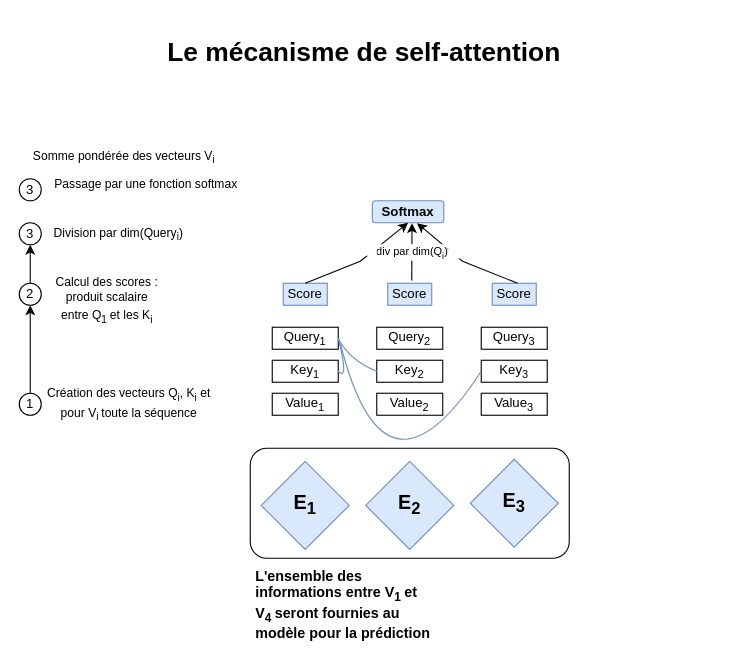
Earlier version of the draw.io diagram Attention_mechanism.drawio (Basso42/BEHRT). Source tidied: cells renumbered, new cells numbered last; positions are measured from the earlier drawing's top-left corner, leaving out a move shared by most shapes. Both pictures are drawn from the tidied source at 110%, with x=0, y=0 at pixel (19, 30).
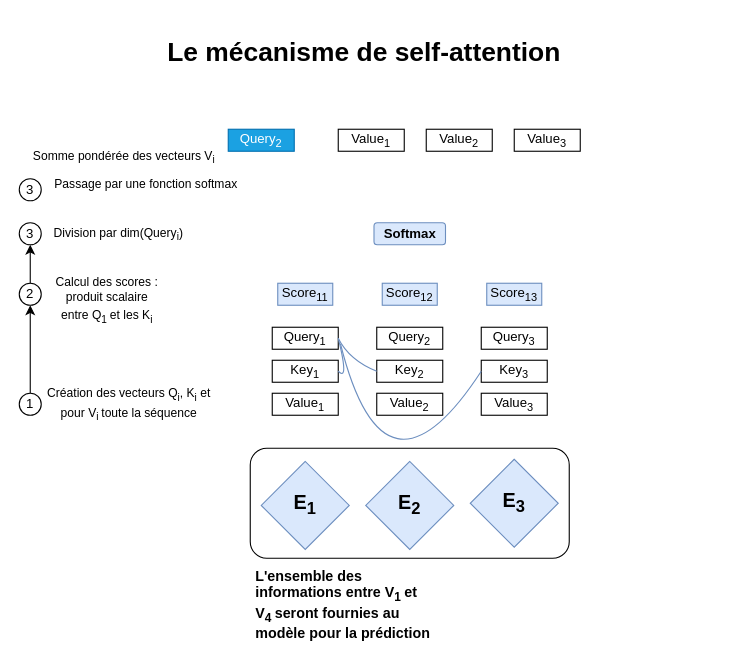
The same page after the edit.

Commit message:
Mettre à jour Attention_mechanism.drawio

Diff of the diagram source:
```diff
@@
-    <mxCell id="20" value="Score" style="rounded=0;whiteSpace=wrap;html=1;fillColor=#dae8fc;strokeColor=#6c8ebf;" parent="1" vertex="1">
-      <mxGeometry x="240" y="230" width="40" height="20" as="geometry" />
+    <mxCell id="20" value="Score&lt;sub&gt;11&lt;/sub&gt;" style="rounded=0;whiteSpace=wrap;html=1;fillColor=#dae8fc;strokeColor=#6c8ebf;" parent="1" vertex="1">
+      <mxGeometry x="235" y="230" width="50" height="20" as="geometry" />
     </mxCell>
-    <mxCell id="21" value="Score" style="rounded=0;whiteSpace=wrap;html=1;fillColor=#dae8fc;strokeColor=#6c8ebf;" parent="1" vertex="1">
-      <mxGeometry x="335" y="230" width="40" height="20" as="geometry" />
-    </mxCell>
-    <mxCell id="22" value="Score" style="rounded=0;whiteSpace=wrap;html=1;fillColor=#dae8fc;strokeColor=#6c8ebf;" parent="1" vertex="1">
-      <mxGeometry x="430" y="230" width="40" height="20" as="geometry" />
-    </mxCell>
@@
     <mxCell id="35" value="&lt;b&gt;Softmax&lt;/b&gt;" style="rounded=1;whiteSpace=wrap;html=1;fillColor=#dae8fc;strokeColor=#6c8ebf;" parent="1" vertex="1">
-      <mxGeometry x="321" y="155" width="65" height="20" as="geometry" />
+      <mxGeometry x="322.5" y="175" width="65" height="20" as="geometry" />
     </mxCell>
-    <mxCell id="36" style="endArrow=classic;html=1;rounded=0;entryX=0.5;entryY=1;entryDx=0;entryDy=0;exitX=0.5;exitY=0;exitDx=0;exitDy=0;" parent="1" edge="1" source="20" target="35">
-      <mxGeometry relative="1" as="geometry">
-        <Array as="points">
-          <mxPoint x="310" y="210" />
-        </Array>
-      </mxGeometry>
-    </mxCell>
-    <mxCell id="37" style="endArrow=classic;html=1;rounded=0;exitX=0.5;exitY=0;exitDx=0;exitDy=0;entryX=0.625;entryY=1.018;entryDx=0;entryDy=0;entryPerimeter=0;" parent="1" edge="1" target="35">
-      <mxGeometry relative="1" as="geometry">
-        <mxPoint x="453" y="230" as="sourcePoint" />
-        <Array as="points">
-          <mxPoint x="403" y="210" />
-        </Array>
-      </mxGeometry>
-    </mxCell>
-    <mxCell id="38" style="endArrow=classic;html=1;rounded=0;exitX=0.545;exitY=-0.126;exitDx=0;exitDy=0;exitPerimeter=0;entryX=0.555;entryY=1.018;entryDx=0;entryDy=0;entryPerimeter=0;" parent="1" edge="1" source="21" target="35">
-      <mxGeometry relative="1" as="geometry" />
-    </mxCell>
-    <mxCell id="39" value="&lt;font style=&quot;font-size: 10px;&quot;&gt;div par dim(Q&lt;sub&gt;i&lt;/sub&gt;)&lt;/font&gt;" style="edgeLabel;html=1;align=center;verticalAlign=middle;" parent="38" vertex="1">
-      <mxGeometry relative="1" as="geometry" />
-    </mxCell>
-    <mxCell id="40" style="rounded=0;whiteSpace=wrap;html=1;strokeColor=none;" parent="1" vertex="1">
-      <mxGeometry x="310" y="195" width="15" height="10" as="geometry" />
-    </mxCell>
-    <mxCell id="41" style="rounded=0;whiteSpace=wrap;html=1;strokeColor=none;direction=south;" parent="1" vertex="1">
-      <mxGeometry x="390" y="192.5" width="15" height="15" as="geometry" />
-    </mxCell>
+    <mxCell id="42" value="Score&lt;sub&gt;12&lt;/sub&gt;" style="rounded=0;whiteSpace=wrap;html=1;fillColor=#dae8fc;strokeColor=#6c8ebf;" parent="1" vertex="1">
+      <mxGeometry x="330" y="230" width="50" height="20" as="geometry" />
+    </mxCell>
+    <mxCell id="43" value="Score&lt;sub&gt;13&lt;/sub&gt;" style="rounded=0;whiteSpace=wrap;html=1;fillColor=#dae8fc;strokeColor=#6c8ebf;" parent="1" vertex="1">
+      <mxGeometry x="425" y="230" width="50" height="20" as="geometry" />
+    </mxCell>
+    <mxCell id="44" value="Value&lt;sub&gt;1&lt;/sub&gt;" style="rounded=0;whiteSpace=wrap;html=1;" parent="1" vertex="1">
+      <mxGeometry x="290" y="90" width="60" height="20" as="geometry" />
+    </mxCell>
+    <mxCell id="45" value="Value&lt;sub&gt;3&lt;/sub&gt;" style="rounded=0;whiteSpace=wrap;html=1;" parent="1" vertex="1">
+      <mxGeometry x="450" y="90" width="60" height="20" as="geometry" />
+    </mxCell>
+    <mxCell id="46" value="Value&lt;sub&gt;2&lt;/sub&gt;" style="rounded=0;whiteSpace=wrap;html=1;" parent="1" vertex="1">
+      <mxGeometry x="370" y="90" width="60" height="20" as="geometry" />
+    </mxCell>
+    <mxCell id="47" value="Query&lt;sub&gt;2&lt;/sub&gt;" style="rounded=0;whiteSpace=wrap;html=1;fillColor=#1ba1e2;strokeColor=#006EAF;fontColor=#ffffff;" parent="1" vertex="1">
+      <mxGeometry x="190" y="90" width="60" height="20" as="geometry" />
+    </mxCell>
```
